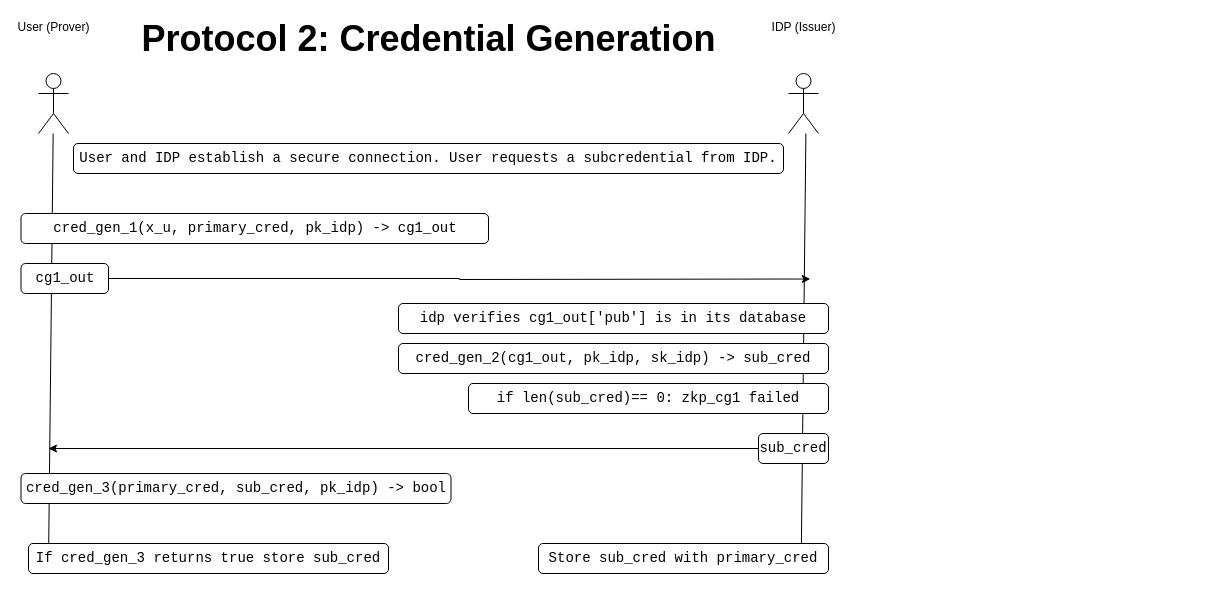
Above: page "Cred Gen" (3 of 6) of doc/Protocols.drawio in JacobGorman613/cl-api (draw.io), before the change. Source tidied: cells renumbered, new cells numbered last; positions are measured from the earlier drawing's top-left corner, leaving out a move shared by most shapes. Both pictures are drawn from the tidied source at 100%, with x=0, y=0 at pixel (20, 23).
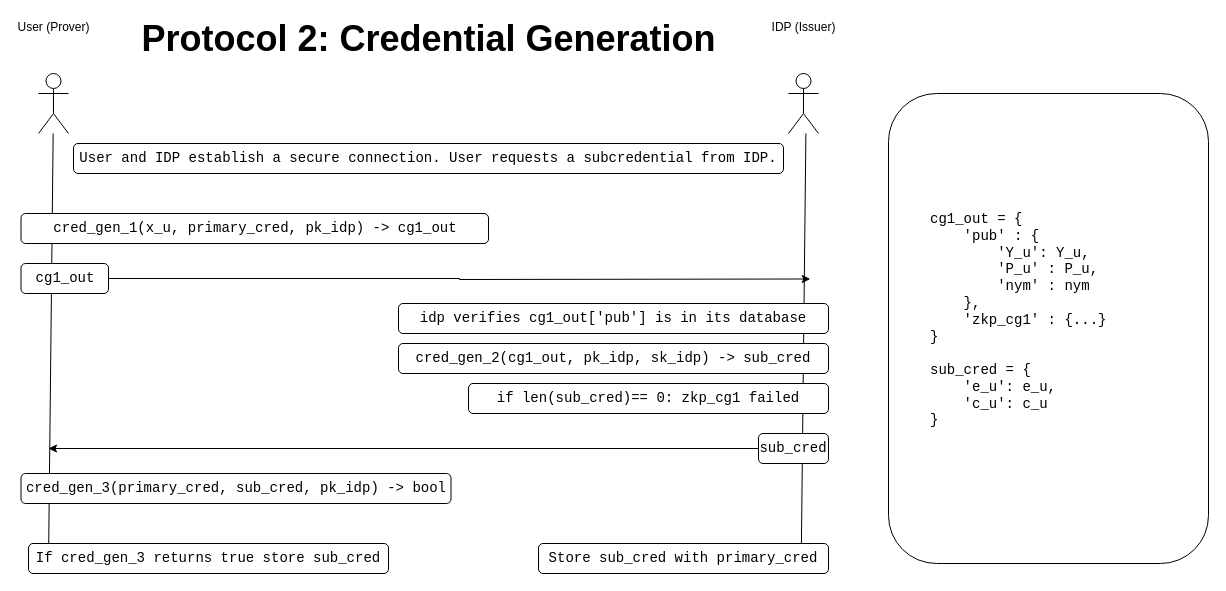
Above is the later version.

What changed in the source:
```diff
@@
+    <mxCell id="19" value="&lt;blockquote style=&quot;margin: 0 0 0 40px; border: none; padding: 0px;&quot;&gt;&lt;font face=&quot;Courier New&quot;&gt;&lt;span style=&quot;font-size: 14px;&quot;&gt;cg1_out = {&lt;/span&gt;&lt;/font&gt;&lt;/blockquote&gt;&lt;blockquote style=&quot;margin: 0 0 0 40px; border: none; padding: 0px;&quot;&gt;&lt;span style=&quot;background-color: initial; font-family: &amp;quot;Courier New&amp;quot;; font-size: 14px;&quot;&gt;&amp;nbsp; &amp;nbsp; 'pub' : {&lt;/span&gt;&lt;/blockquote&gt;&lt;blockquote style=&quot;margin: 0 0 0 40px; border: none; padding: 0px;&quot;&gt;&lt;span style=&quot;background-color: initial; font-family: &amp;quot;Courier New&amp;quot;; font-size: 14px;&quot;&gt;&amp;nbsp; &amp;nbsp; &amp;nbsp; &amp;nbsp; 'Y_u': Y_u,&lt;/span&gt;&lt;/blockquote&gt;&lt;blockquote style=&quot;margin: 0 0 0 40px; border: none; padding: 0px;&quot;&gt;&lt;span style=&quot;font-family: &amp;quot;Courier New&amp;quot;; font-size: 14px; background-color: initial;&quot;&gt;&amp;nbsp; &amp;nbsp; &amp;nbsp; &amp;nbsp; 'P_u' : P_u,&lt;/span&gt;&lt;/blockquote&gt;&lt;blockquote style=&quot;margin: 0 0 0 40px; border: none; padding: 0px;&quot;&gt;&lt;span style=&quot;background-color: initial; font-family: &amp;quot;Courier New&amp;quot;; font-size: 14px;&quot;&gt;&amp;nbsp; &amp;nbsp; &amp;nbsp; &amp;nbsp; 'nym' : nym&lt;/span&gt;&lt;/blockquote&gt;&lt;blockquote style=&quot;margin: 0 0 0 40px; border: none; padding: 0px;&quot;&gt;&lt;span style=&quot;background-color: initial; font-family: &amp;quot;Courier New&amp;quot;; font-size: 14px;&quot;&gt;&amp;nbsp; &amp;nbsp; },&lt;/span&gt;&lt;/blockquote&gt;&lt;blockquote style=&quot;margin: 0 0 0 40px; border: none; padding: 0px;&quot;&gt;&lt;font face=&quot;Courier New&quot;&gt;&lt;span style=&quot;font-size: 14px;&quot;&gt;&amp;nbsp; &amp;nbsp; 'zkp_cg1' : {...}&lt;/span&gt;&lt;/font&gt;&lt;/blockquote&gt;&lt;blockquote style=&quot;margin: 0 0 0 40px; border: none; padding: 0px;&quot;&gt;&lt;font face=&quot;Courier New&quot;&gt;&lt;span style=&quot;font-size: 14px;&quot;&gt;}&lt;/span&gt;&lt;/font&gt;&lt;/blockquote&gt;&lt;blockquote style=&quot;margin: 0 0 0 40px; border: none; padding: 0px;&quot;&gt;&lt;font face=&quot;Courier New&quot;&gt;&lt;span style=&quot;font-size: 14px;&quot;&gt;&lt;br&gt;&lt;/span&gt;&lt;/font&gt;&lt;/blockquote&gt;&lt;blockquote style=&quot;margin: 0 0 0 40px; border: none; padding: 0px;&quot;&gt;&lt;font face=&quot;Courier New&quot;&gt;&lt;span style=&quot;font-size: 14px;&quot;&gt;sub_cred =&amp;nbsp;&lt;/span&gt;&lt;/font&gt;&lt;span style=&quot;font-size: 14px; font-family: &amp;quot;Courier New&amp;quot;; background-color: initial;&quot;&gt;{&lt;/span&gt;&lt;/blockquote&gt;&lt;blockquote style=&quot;margin: 0 0 0 40px; border: none; padding: 0px;&quot;&gt;&lt;font face=&quot;Courier New&quot;&gt;&lt;span style=&quot;font-size: 14px;&quot;&gt;&amp;nbsp; &amp;nbsp; 'e_u': e_u,&lt;/span&gt;&lt;/font&gt;&lt;/blockquote&gt;&lt;blockquote style=&quot;margin: 0 0 0 40px; border: none; padding: 0px;&quot;&gt;&lt;font face=&quot;Courier New&quot;&gt;&lt;span style=&quot;font-size: 14px;&quot;&gt;&amp;nbsp; &amp;nbsp; 'c_u': c_u&lt;/span&gt;&lt;/font&gt;&lt;/blockquote&gt;&lt;blockquote style=&quot;margin: 0 0 0 40px; border: none; padding: 0px;&quot;&gt;&lt;font face=&quot;Courier New&quot;&gt;&lt;span style=&quot;font-size: 14px;&quot;&gt;}&lt;/span&gt;&lt;/font&gt;&lt;/blockquote&gt;&lt;blockquote style=&quot;margin: 0 0 0 40px; border: none; padding: 0px;&quot;&gt;&lt;font face=&quot;Courier New&quot;&gt;&lt;span style=&quot;font-size: 14px;&quot;&gt;&lt;br&gt;&lt;/span&gt;&lt;/font&gt;&lt;/blockquote&gt;" style="rounded=1;whiteSpace=wrap;html=1;align=left;" parent="1" vertex="1">
+      <mxGeometry x="868" y="70" width="320" height="470" as="geometry" />
+    </mxCell>
```
